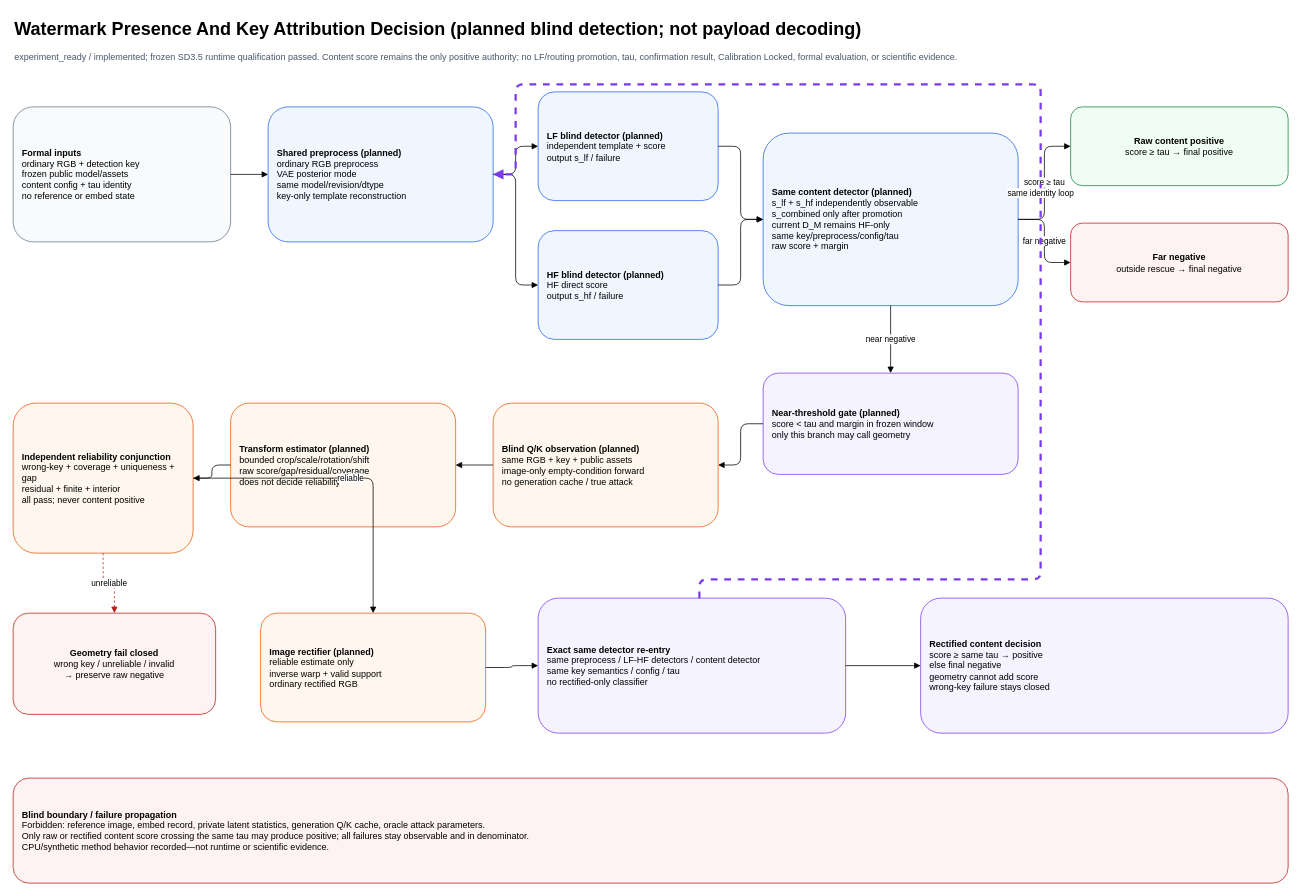
Above: docs/design/diagrams/watermark_detection_and_key_attribution.drawio in RICHAAARC/CEG-WM (draw.io), before the change. Source tidied: cells renumbered, new cells numbered last; positions are measured from the earlier drawing's top-left corner, leaving out a move shared by most shapes. Both pictures are drawn from the tidied source at 75%, with x=0, y=0 at pixel (13, 13).
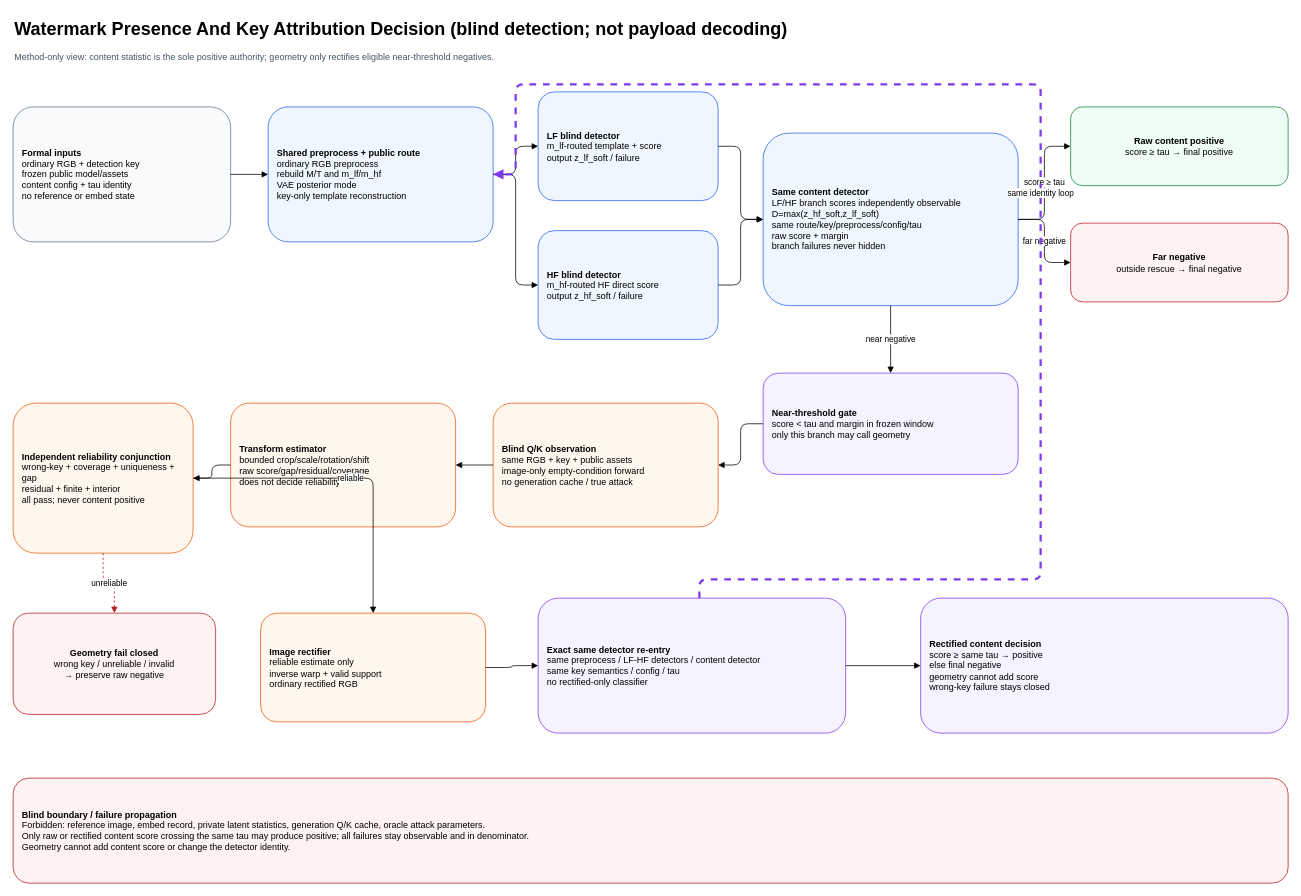
After the change.

Change to the diagram source:
```diff
@@
-    <mxCell id="2" value="Watermark Presence And Key Attribution Decision (planned blind detection; not payload decoding)" style="text;html=1;fontSize=24;fontStyle=1;align=left;" parent="1" vertex="1">
+    <mxCell id="2" value="Watermark Presence And Key Attribution Decision (blind detection; not payload decoding)" style="text;html=1;fontSize=24;fontStyle=1;align=left;" parent="1" vertex="1">
       <mxGeometry width="1400" height="40" as="geometry" />
     </mxCell>
-    <mxCell id="3" value="experiment_ready / implemented; frozen SD3.5 runtime qualification passed. Content score remains the only positive authority; no LF/routing promotion, tau, confirmation result, Calibration Locked, formal evaluation, or scientific evidence." style="text;html=1;fontSize=12;align=left;fontColor=#475569;" parent="1" vertex="1">
+    <mxCell id="3" value="Method-only view: content statistic is the sole positive authority; geometry only rectifies eligible near-threshold negatives." style="text;html=1;fontSize=12;align=left;fontColor=#475569;" parent="1" vertex="1">
       <mxGeometry y="45" width="1500" height="45" as="geometry" />
     </mxCell>
@@
-    <mxCell id="5" value="&lt;b&gt;Shared preprocess (planned)&lt;/b&gt;&lt;br&gt;ordinary RGB preprocess&lt;br&gt;VAE posterior mode&lt;br&gt;same model/revision/dtype&lt;br&gt;key-only template reconstruction" style="rounded=1;whiteSpace=wrap;html=1;fillColor=#eff6ff;strokeColor=#2563eb;align=left;spacing=12;" parent="1" vertex="1">
+    <mxCell id="5" value="&lt;b&gt;Shared preprocess + public route&lt;/b&gt;&lt;br&gt;ordinary RGB preprocess&lt;br&gt;rebuild M/T and m_lf/m_hf&lt;br&gt;VAE posterior mode&lt;br&gt;key-only template reconstruction" style="rounded=1;whiteSpace=wrap;html=1;fillColor=#eff6ff;strokeColor=#2563eb;align=left;spacing=12;" parent="1" vertex="1">
       <mxGeometry x="340" y="125" width="300" height="180" as="geometry" />
     </mxCell>
-    <mxCell id="6" value="&lt;b&gt;LF blind detector (planned)&lt;/b&gt;&lt;br&gt;independent template + score&lt;br&gt;output s_lf / failure" style="rounded=1;whiteSpace=wrap;html=1;fillColor=#eff6ff;strokeColor=#2563eb;align=left;spacing=12;" parent="1" vertex="1">
+    <mxCell id="6" value="&lt;b&gt;LF blind detector&lt;/b&gt;&lt;br&gt;m_lf-routed template + score&lt;br&gt;output z_lf_soft / failure" style="rounded=1;whiteSpace=wrap;html=1;fillColor=#eff6ff;strokeColor=#2563eb;align=left;spacing=12;" parent="1" vertex="1">
       <mxGeometry x="700" y="105" width="240" height="145" as="geometry" />
     </mxCell>
-    <mxCell id="7" value="&lt;b&gt;HF blind detector (planned)&lt;/b&gt;&lt;br&gt;HF direct score&lt;br&gt;output s_hf / failure" style="rounded=1;whiteSpace=wrap;html=1;fillColor=#eff6ff;strokeColor=#2563eb;align=left;spacing=12;" parent="1" vertex="1">
+    <mxCell id="7" value="&lt;b&gt;HF blind detector&lt;/b&gt;&lt;br&gt;m_hf-routed HF direct score&lt;br&gt;output z_hf_soft / failure" style="rounded=1;whiteSpace=wrap;html=1;fillColor=#eff6ff;strokeColor=#2563eb;align=left;spacing=12;" parent="1" vertex="1">
       <mxGeometry x="700" y="290" width="240" height="145" as="geometry" />
     </mxCell>
-    <mxCell id="8" value="&lt;b&gt;Same content detector (planned)&lt;/b&gt;&lt;br&gt;s_lf + s_hf independently observable&lt;br&gt;s_combined only after promotion&lt;br&gt;current D_M remains HF-only&lt;br&gt;same key/preprocess/config/tau&lt;br&gt;raw score + margin" style="rounded=1;whiteSpace=wrap;html=1;fillColor=#eff6ff;strokeColor=#2563eb;align=left;spacing=12;" parent="1" vertex="1">
+    <mxCell id="8" value="&lt;b&gt;Same content detector&lt;/b&gt;&lt;br&gt;LF/HF branch scores independently observable&lt;br&gt;D=max(z_hf_soft,z_lf_soft)&lt;br&gt;same route/key/preprocess/config/tau&lt;br&gt;raw score + margin&lt;br&gt;branch failures never hidden" style="rounded=1;whiteSpace=wrap;html=1;fillColor=#eff6ff;strokeColor=#2563eb;align=left;spacing=12;" parent="1" vertex="1">
       <mxGeometry x="1000" y="160" width="340" height="230" as="geometry" />
     </mxCell>
@@
-    <mxCell id="11" value="&lt;b&gt;Near-threshold gate (planned)&lt;/b&gt;&lt;br&gt;score &lt; tau and margin in frozen window&lt;br&gt;only this branch may call geometry" style="rounded=1;whiteSpace=wrap;html=1;fillColor=#f5f3ff;strokeColor=#7c3aed;align=left;spacing=12;" parent="1" vertex="1">
+    <mxCell id="11" value="&lt;b&gt;Near-threshold gate&lt;/b&gt;&lt;br&gt;score &lt; tau and margin in frozen window&lt;br&gt;only this branch may call geometry" style="rounded=1;whiteSpace=wrap;html=1;fillColor=#f5f3ff;strokeColor=#7c3aed;align=left;spacing=12;" parent="1" vertex="1">
       <mxGeometry x="1000" y="480" width="340" height="135" as="geometry" />
     </mxCell>
-    <mxCell id="12" value="&lt;b&gt;Blind Q/K observation (planned)&lt;/b&gt;&lt;br&gt;same RGB + key + public assets&lt;br&gt;image-only empty-condition forward&lt;br&gt;no generation cache / true attack" style="rounded=1;whiteSpace=wrap;html=1;fillColor=#fff7ed;strokeColor=#ea580c;align=left;spacing=12;" parent="1" vertex="1">
+    <mxCell id="12" value="&lt;b&gt;Blind Q/K observation&lt;/b&gt;&lt;br&gt;same RGB + key + public assets&lt;br&gt;image-only empty-condition forward&lt;br&gt;no generation cache / true attack" style="rounded=1;whiteSpace=wrap;html=1;fillColor=#fff7ed;strokeColor=#ea580c;align=left;spacing=12;" parent="1" vertex="1">
       <mxGeometry x="640" y="520" width="300" height="165" as="geometry" />
     </mxCell>
-    <mxCell id="13" value="&lt;b&gt;Transform estimator (planned)&lt;/b&gt;&lt;br&gt;bounded crop/scale/rotation/shift&lt;br&gt;raw score/gap/residual/coverage&lt;br&gt;does not decide reliability" style="rounded=1;whiteSpace=wrap;html=1;fillColor=#fff7ed;strokeColor=#ea580c;align=left;spacing=12;" parent="1" vertex="1">
+    <mxCell id="13" value="&lt;b&gt;Transform estimator&lt;/b&gt;&lt;br&gt;bounded crop/scale/rotation/shift&lt;br&gt;raw score/gap/residual/coverage&lt;br&gt;does not decide reliability" style="rounded=1;whiteSpace=wrap;html=1;fillColor=#fff7ed;strokeColor=#ea580c;align=left;spacing=12;" parent="1" vertex="1">
       <mxGeometry x="290" y="520" width="300" height="165" as="geometry" />
     </mxCell>
@@
-    <mxCell id="16" value="&lt;b&gt;Image rectifier (planned)&lt;/b&gt;&lt;br&gt;reliable estimate only&lt;br&gt;inverse warp + valid support&lt;br&gt;ordinary rectified RGB" style="rounded=1;whiteSpace=wrap;html=1;fillColor=#fff7ed;strokeColor=#ea580c;align=left;spacing=12;" parent="1" vertex="1">
+    <mxCell id="16" value="&lt;b&gt;Image rectifier&lt;/b&gt;&lt;br&gt;reliable estimate only&lt;br&gt;inverse warp + valid support&lt;br&gt;ordinary rectified RGB" style="rounded=1;whiteSpace=wrap;html=1;fillColor=#fff7ed;strokeColor=#ea580c;align=left;spacing=12;" parent="1" vertex="1">
       <mxGeometry x="330" y="800" width="300" height="145" as="geometry" />
     </mxCell>
@@
-    <mxCell id="19" value="&lt;b&gt;Blind boundary / failure propagation&lt;/b&gt;&lt;br&gt;Forbidden: reference image, embed record, private latent statistics, generation Q/K cache, oracle attack parameters.&lt;br&gt;Only raw or rectified content score crossing the same tau may produce positive; all failures stay observable and in denominator.&lt;br&gt;CPU/synthetic method behavior recorded—not runtime or scientific evidence." style="rounded=1;whiteSpace=wrap;html=1;fillColor=#fef2f2;strokeColor=#b91c1c;align=left;spacing=12;" parent="1" vertex="1">
+    <mxCell id="19" value="&lt;b&gt;Blind boundary / failure propagation&lt;/b&gt;&lt;br&gt;Forbidden: reference image, embed record, private latent statistics, generation Q/K cache, oracle attack parameters.&lt;br&gt;Only raw or rectified content score crossing the same tau may produce positive; all failures stay observable and in denominator.&lt;br&gt;Geometry cannot add content score or change the detector identity." style="rounded=1;whiteSpace=wrap;html=1;fillColor=#fef2f2;strokeColor=#b91c1c;align=left;spacing=12;" parent="1" vertex="1">
       <mxGeometry y="1020" width="1700" height="140" as="geometry" />
     </mxCell>
```
